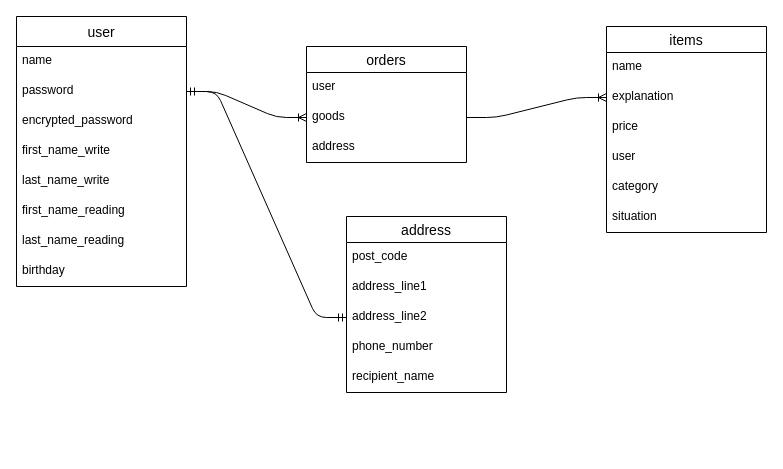
Earlier version of the draw.io diagram furima_er.dio (MyShip/furima-40937). Source tidied: cells renumbered, new cells numbered last; positions are measured from the earlier drawing's top-left corner, leaving out a move shared by most shapes. Both pictures are drawn from the tidied source at 100%, with x=0, y=0 at pixel (16, 16).
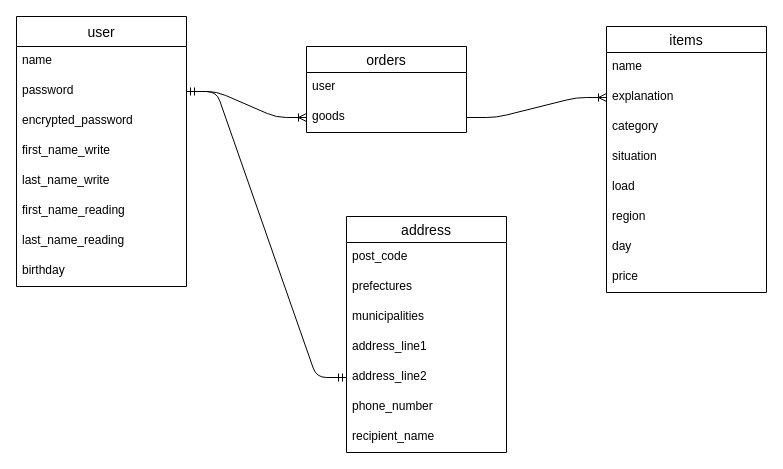
The same page after the edit.

Change to the diagram source:
```diff
@@
     <mxCell id="11" value="items" style="swimlane;fontStyle=0;horizontal=1;startSize=26;align=center;fontSize=14;" parent="1" vertex="1">
-      <mxGeometry x="590" y="10" width="160" height="206" as="geometry" />
+      <mxGeometry x="590" y="10" width="160" height="266" as="geometry" />
     </mxCell>
@@
-    <mxCell id="14" value="price" style="text;strokeColor=none;fillColor=none;spacingLeft=4;spacingRight=4;overflow=hidden;fontSize=12;" parent="11" vertex="1">
-      <mxGeometry y="86" width="160" height="30" as="geometry" />
-    </mxCell>
-    <mxCell id="15" value="user " style="text;strokeColor=none;fillColor=none;spacingLeft=4;spacingRight=4;overflow=hidden;fontSize=12;" parent="11" vertex="1">
-      <mxGeometry y="116" width="160" height="30" as="geometry" />
-    </mxCell>
     <mxCell id="16" value="category " style="text;strokeColor=none;fillColor=none;spacingLeft=4;spacingRight=4;overflow=hidden;fontSize=12;" parent="11" vertex="1">
-      <mxGeometry y="146" width="160" height="30" as="geometry" />
+      <mxGeometry y="86" width="160" height="30" as="geometry" />
     </mxCell>
     <mxCell id="17" value="situation" style="text;strokeColor=none;fillColor=none;spacingLeft=4;spacingRight=4;overflow=hidden;fontSize=12;" parent="11" vertex="1">
-      <mxGeometry y="176" width="160" height="30" as="geometry" />
+      <mxGeometry y="116" width="160" height="30" as="geometry" />
     </mxCell>
+    <mxCell id="31" value="load " style="text;strokeColor=none;fillColor=none;spacingLeft=4;spacingRight=4;overflow=hidden;fontSize=12;" parent="11" vertex="1">
+      <mxGeometry y="146" width="160" height="30" as="geometry" />
+    </mxCell>
+    <mxCell id="32" value="region  " style="text;strokeColor=none;fillColor=none;spacingLeft=4;spacingRight=4;overflow=hidden;fontSize=12;" parent="11" vertex="1">
+      <mxGeometry y="176" width="160" height="30" as="geometry" />
+    </mxCell>
+    <mxCell id="33" value="day " style="text;strokeColor=none;fillColor=none;spacingLeft=4;spacingRight=4;overflow=hidden;fontSize=12;" parent="11" vertex="1">
+      <mxGeometry y="206" width="160" height="30" as="geometry" />
+    </mxCell>
+    <mxCell id="14" value="price" style="text;strokeColor=none;fillColor=none;spacingLeft=4;spacingRight=4;overflow=hidden;fontSize=12;" parent="11" vertex="1">
+      <mxGeometry y="236" width="160" height="30" as="geometry" />
+    </mxCell>
     <mxCell id="18" value="orders" style="swimlane;fontStyle=0;horizontal=1;startSize=26;align=center;fontSize=14;" parent="1" vertex="1">
-      <mxGeometry x="290" y="30" width="160" height="116" as="geometry" />
+      <mxGeometry x="290" y="30" width="160" height="86" as="geometry" />
     </mxCell>
@@
-    <mxCell id="21" value="address" style="text;strokeColor=none;fillColor=none;spacingLeft=4;spacingRight=4;overflow=hidden;fontSize=12;" parent="18" vertex="1">
-      <mxGeometry y="86" width="160" height="30" as="geometry" />
-    </mxCell>
     <mxCell id="22" value="address" style="swimlane;fontStyle=0;horizontal=1;startSize=26;align=center;fontSize=14;" parent="1" vertex="1">
-      <mxGeometry x="330" y="200" width="160" height="176" as="geometry" />
+      <mxGeometry x="330" y="200" width="160" height="236" as="geometry" />
     </mxCell>
@@
+    <mxCell id="34" value="prefectures" style="text;strokeColor=none;fillColor=none;spacingLeft=4;spacingRight=4;overflow=hidden;fontSize=12;" parent="22" vertex="1">
+      <mxGeometry y="56" width="160" height="30" as="geometry" />
+    </mxCell>
+    <mxCell id="35" value="municipalities" style="text;strokeColor=none;fillColor=none;spacingLeft=4;spacingRight=4;overflow=hidden;fontSize=12;" parent="22" vertex="1">
+      <mxGeometry y="86" width="160" height="30" as="geometry" />
+    </mxCell>
     <mxCell id="24" value="address_line1" style="text;strokeColor=none;fillColor=none;spacingLeft=4;spacingRight=4;overflow=hidden;fontSize=12;" parent="22" vertex="1">
-      <mxGeometry y="56" width="160" height="30" as="geometry" />
+      <mxGeometry y="116" width="160" height="30" as="geometry" />
     </mxCell>
     <mxCell id="25" value="address_line2 " style="text;strokeColor=none;fillColor=none;spacingLeft=4;spacingRight=4;overflow=hidden;points=[[0,0.5],[1,0.5]];portConstraint=eastwest;fontSize=12;" parent="22" vertex="1">
-      <mxGeometry y="86" width="160" height="30" as="geometry" />
+      <mxGeometry y="146" width="160" height="30" as="geometry" />
     </mxCell>
     <mxCell id="26" value="phone_number " style="text;strokeColor=none;fillColor=none;spacingLeft=4;spacingRight=4;overflow=hidden;fontSize=12;" parent="22" vertex="1">
-      <mxGeometry y="116" width="160" height="30" as="geometry" />
+      <mxGeometry y="176" width="160" height="30" as="geometry" />
     </mxCell>
     <mxCell id="27" value="recipient_name" style="text;strokeColor=none;fillColor=none;spacingLeft=4;spacingRight=4;overflow=hidden;fontSize=12;" parent="22" vertex="1">
-      <mxGeometry y="146" width="160" height="30" as="geometry" />
+      <mxGeometry y="206" width="160" height="30" as="geometry" />
     </mxCell>
```
